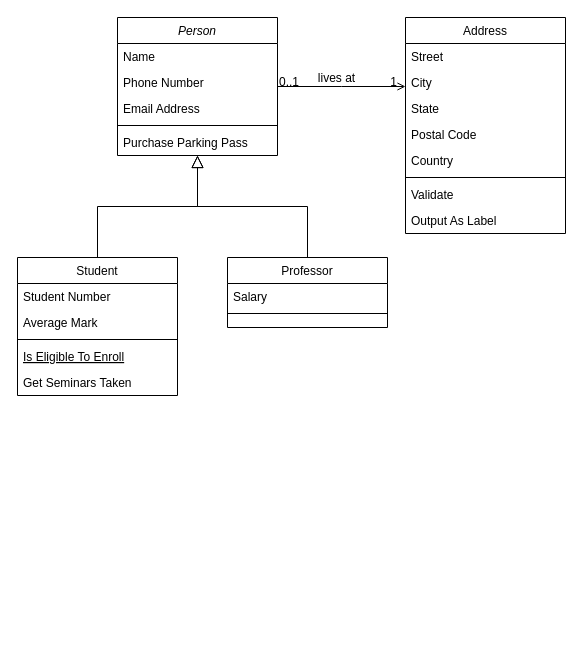
The draw.io diagram Class-diagram-perpus-digital.drawio in NengWapiiiiiiiii/TEFA, before the edit. Source tidied: cells renumbered, new cells numbered last; positions are measured from the earlier drawing's top-left corner, leaving out a move shared by most shapes. Both pictures are drawn from the tidied source at 100%, with x=0, y=0 at pixel (17, 17).
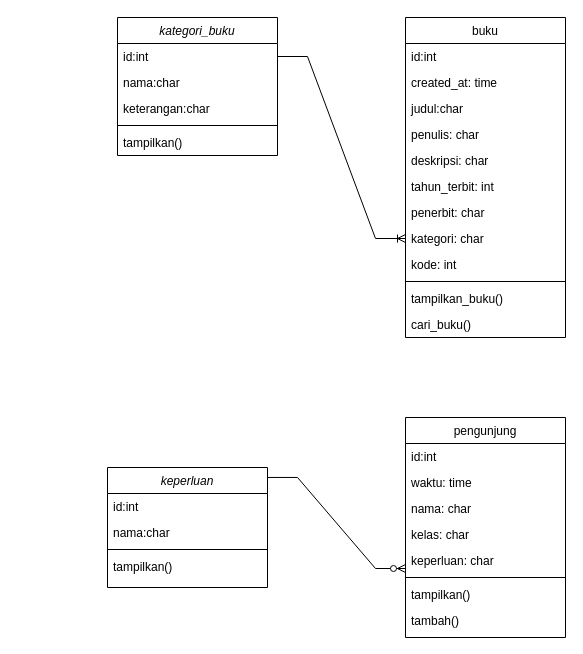
After the change.

The edit, as a diff of the source:
```diff
@@
-    <mxCell id="2" value="Person" style="swimlane;fontStyle=2;align=center;verticalAlign=top;horizontal=1;startSize=26;rounded=0;shadow=0;strokeWidth=1;" parent="1" vertex="1">
+    <mxCell id="2" value="kategori_buku" style="swimlane;fontStyle=2;align=center;verticalAlign=top;horizontal=1;startSize=26;rounded=0;shadow=0;strokeWidth=1;" parent="1" vertex="1">
       <mxGeometry x="100" width="160" height="138" as="geometry" />
     </mxCell>
-    <mxCell id="3" value="Name" style="text;align=left;verticalAlign=top;spacingLeft=4;spacingRight=4;overflow=hidden;points=[[0,0.5],[1,0.5]];portConstraint=eastwest;" parent="2" vertex="1">
+    <mxCell id="3" value="id:int" style="text;align=left;verticalAlign=top;spacingLeft=4;spacingRight=4;overflow=hidden;points=[[0,0.5],[1,0.5]];portConstraint=eastwest;" parent="2" vertex="1">
       <mxGeometry y="26" width="160" height="26" as="geometry" />
     </mxCell>
-    <mxCell id="4" value="Phone Number" style="text;align=left;verticalAlign=top;spacingLeft=4;spacingRight=4;overflow=hidden;rounded=0;shadow=0;html=0;" parent="2" vertex="1">
+    <mxCell id="4" value="nama:char" style="text;align=left;verticalAlign=top;spacingLeft=4;spacingRight=4;overflow=hidden;rounded=0;shadow=0;html=0;" parent="2" vertex="1">
       <mxGeometry y="52" width="160" height="26" as="geometry" />
     </mxCell>
-    <mxCell id="5" value="Email Address" style="text;align=left;verticalAlign=top;spacingLeft=4;spacingRight=4;overflow=hidden;rounded=0;shadow=0;html=0;" parent="2" vertex="1">
+    <mxCell id="5" value="keterangan:char" style="text;align=left;verticalAlign=top;spacingLeft=4;spacingRight=4;overflow=hidden;rounded=0;shadow=0;html=0;" parent="2" vertex="1">
       <mxGeometry y="78" width="160" height="26" as="geometry" />
     </mxCell>
@@
-    <mxCell id="7" value="Purchase Parking Pass" style="text;align=left;verticalAlign=top;spacingLeft=4;spacingRight=4;overflow=hidden;" parent="2" vertex="1">
+    <mxCell id="7" value="tampilkan()" style="text;align=left;verticalAlign=top;spacingLeft=4;spacingRight=4;overflow=hidden;" parent="2" vertex="1">
       <mxGeometry y="112" width="160" height="26" as="geometry" />
     </mxCell>
-    <mxCell id="8" value="Student" style="swimlane;fontStyle=0;align=center;verticalAlign=top;horizontal=1;startSize=26;rounded=0;shadow=0;strokeWidth=1;" parent="1" vertex="1">
-      <mxGeometry y="240" width="160" height="138" as="geometry" />
-    </mxCell>
-    <mxCell id="9" value="Student Number" style="text;align=left;verticalAlign=top;spacingLeft=4;spacingRight=4;overflow=hidden;" parent="8" vertex="1">
-      <mxGeometry y="26" width="160" height="26" as="geometry" />
-    </mxCell>
-    <mxCell id="10" value="Average Mark" style="text;align=left;verticalAlign=top;spacingLeft=4;spacingRight=4;overflow=hidden;rounded=0;shadow=0;html=0;" parent="8" vertex="1">
-      <mxGeometry y="52" width="160" height="26" as="geometry" />
-    </mxCell>
-    <mxCell id="11" style="line;html=1;strokeWidth=1;align=left;verticalAlign=middle;spacingTop=-1;spacingLeft=3;spacingRight=3;labelPosition=right;" parent="8" vertex="1">
-      <mxGeometry y="78" width="160" height="8" as="geometry" />
-    </mxCell>
-    <mxCell id="12" value="Is Eligible To Enroll" style="text;align=left;verticalAlign=top;spacingLeft=4;spacingRight=4;overflow=hidden;fontStyle=4;" parent="8" vertex="1">
-      <mxGeometry y="86" width="160" height="26" as="geometry" />
-    </mxCell>
-    <mxCell id="13" value="Get Seminars Taken" style="text;align=left;verticalAlign=top;spacingLeft=4;spacingRight=4;overflow=hidden;" parent="8" vertex="1">
-      <mxGeometry y="112" width="160" height="26" as="geometry" />
-    </mxCell>
-    <mxCell id="14" style="endArrow=block;endSize=10;endFill=0;shadow=0;strokeWidth=1;rounded=0;edgeStyle=elbowEdgeStyle;elbow=vertical;" parent="1" edge="1" source="8" target="2">
-      <mxGeometry relative="1" as="geometry" />
-    </mxCell>
-    <mxCell id="15" value="Professor" style="swimlane;fontStyle=0;align=center;verticalAlign=top;horizontal=1;startSize=26;rounded=0;shadow=0;strokeWidth=1;" parent="1" vertex="1">
-      <mxGeometry x="210" y="240" width="160" height="70" as="geometry" />
-    </mxCell>
-    <mxCell id="16" value="Salary" style="text;align=left;verticalAlign=top;spacingLeft=4;spacingRight=4;overflow=hidden;" parent="15" vertex="1">
-      <mxGeometry y="26" width="160" height="26" as="geometry" />
-    </mxCell>
-    <mxCell id="17" style="line;html=1;strokeWidth=1;align=left;verticalAlign=middle;spacingTop=-1;spacingLeft=3;spacingRight=3;labelPosition=right;" parent="15" vertex="1">
-      <mxGeometry y="52" width="160" height="8" as="geometry" />
-    </mxCell>
-    <mxCell id="18" style="endArrow=block;endSize=10;endFill=0;shadow=0;strokeWidth=1;rounded=0;edgeStyle=elbowEdgeStyle;elbow=vertical;" parent="1" edge="1" source="15" target="2">
-      <mxGeometry relative="1" as="geometry" />
-    </mxCell>
-    <mxCell id="19" value="Address" style="swimlane;fontStyle=0;align=center;verticalAlign=top;horizontal=1;startSize=26;rounded=0;shadow=0;strokeWidth=1;" parent="1" vertex="1">
-      <mxGeometry x="388" width="160" height="216" as="geometry" />
+    <mxCell id="19" value="buku" style="swimlane;fontStyle=0;align=center;verticalAlign=top;horizontal=1;startSize=26;rounded=0;shadow=0;strokeWidth=1;" parent="1" vertex="1">
+      <mxGeometry x="388" width="160" height="320" as="geometry" />
     </mxCell>
-    <mxCell id="20" value="Street" style="text;align=left;verticalAlign=top;spacingLeft=4;spacingRight=4;overflow=hidden;" parent="19" vertex="1">
+    <mxCell id="20" value="id:int" style="text;align=left;verticalAlign=top;spacingLeft=4;spacingRight=4;overflow=hidden;" parent="19" vertex="1">
       <mxGeometry y="26" width="160" height="26" as="geometry" />
     </mxCell>
-    <mxCell id="21" value="City" style="text;align=left;verticalAlign=top;spacingLeft=4;spacingRight=4;overflow=hidden;rounded=0;shadow=0;html=0;" parent="19" vertex="1">
+    <mxCell id="21" value="created_at: time" style="text;align=left;verticalAlign=top;spacingLeft=4;spacingRight=4;overflow=hidden;rounded=0;shadow=0;html=0;" parent="19" vertex="1">
       <mxGeometry y="52" width="160" height="26" as="geometry" />
     </mxCell>
-    <mxCell id="22" value="State" style="text;align=left;verticalAlign=top;spacingLeft=4;spacingRight=4;overflow=hidden;rounded=0;shadow=0;html=0;" parent="19" vertex="1">
+    <mxCell id="22" value="judul:char" style="text;align=left;verticalAlign=top;spacingLeft=4;spacingRight=4;overflow=hidden;rounded=0;shadow=0;html=0;" parent="19" vertex="1">
       <mxGeometry y="78" width="160" height="26" as="geometry" />
     </mxCell>
-    <mxCell id="23" value="Postal Code" style="text;align=left;verticalAlign=top;spacingLeft=4;spacingRight=4;overflow=hidden;rounded=0;shadow=0;html=0;" parent="19" vertex="1">
+    <mxCell id="23" value="penulis: char" style="text;align=left;verticalAlign=top;spacingLeft=4;spacingRight=4;overflow=hidden;rounded=0;shadow=0;html=0;" parent="19" vertex="1">
       <mxGeometry y="104" width="160" height="26" as="geometry" />
     </mxCell>
-    <mxCell id="24" value="Country" style="text;align=left;verticalAlign=top;spacingLeft=4;spacingRight=4;overflow=hidden;rounded=0;shadow=0;html=0;" parent="19" vertex="1">
+    <mxCell id="24" value="deskripsi: char" style="text;align=left;verticalAlign=top;spacingLeft=4;spacingRight=4;overflow=hidden;rounded=0;shadow=0;html=0;" parent="19" vertex="1">
       <mxGeometry y="130" width="160" height="26" as="geometry" />
     </mxCell>
+    <mxCell id="32" value="tahun_terbit: int" style="text;align=left;verticalAlign=top;spacingLeft=4;spacingRight=4;overflow=hidden;rounded=0;shadow=0;html=0;" parent="19" vertex="1">
+      <mxGeometry y="156" width="160" height="26" as="geometry" />
+    </mxCell>
+    <mxCell id="33" value="penerbit: char" style="text;align=left;verticalAlign=top;spacingLeft=4;spacingRight=4;overflow=hidden;rounded=0;shadow=0;html=0;" parent="19" vertex="1">
+      <mxGeometry y="182" width="160" height="26" as="geometry" />
+    </mxCell>
+    <mxCell id="34" value="kategori: char" style="text;align=left;verticalAlign=top;spacingLeft=4;spacingRight=4;overflow=hidden;points=[[0,0.5],[1,0.5]];portConstraint=eastwest;rounded=0;shadow=0;html=0;" parent="19" vertex="1">
+      <mxGeometry y="208" width="160" height="26" as="geometry" />
+    </mxCell>
+    <mxCell id="35" value="kode: int" style="text;align=left;verticalAlign=top;spacingLeft=4;spacingRight=4;overflow=hidden;rounded=0;shadow=0;html=0;" parent="19" vertex="1">
+      <mxGeometry y="234" width="160" height="26" as="geometry" />
+    </mxCell>
     <mxCell id="25" style="line;html=1;strokeWidth=1;align=left;verticalAlign=middle;spacingTop=-1;spacingLeft=3;spacingRight=3;labelPosition=right;" parent="19" vertex="1">
-      <mxGeometry y="156" width="160" height="8" as="geometry" />
+      <mxGeometry y="260" width="160" height="8" as="geometry" />
     </mxCell>
-    <mxCell id="26" value="Validate" style="text;align=left;verticalAlign=top;spacingLeft=4;spacingRight=4;overflow=hidden;" parent="19" vertex="1">
-      <mxGeometry y="164" width="160" height="26" as="geometry" />
+    <mxCell id="26" value="tampilkan_buku()" style="text;align=left;verticalAlign=top;spacingLeft=4;spacingRight=4;overflow=hidden;" parent="19" vertex="1">
+      <mxGeometry y="268" width="160" height="26" as="geometry" />
     </mxCell>
-    <mxCell id="27" value="Output As Label" style="text;align=left;verticalAlign=top;spacingLeft=4;spacingRight=4;overflow=hidden;" parent="19" vertex="1">
-      <mxGeometry y="190" width="160" height="26" as="geometry" />
+    <mxCell id="27" value="cari_buku()" style="text;align=left;verticalAlign=top;spacingLeft=4;spacingRight=4;overflow=hidden;" parent="19" vertex="1">
+      <mxGeometry y="294" width="160" height="26" as="geometry" />
     </mxCell>
-    <mxCell id="28" style="endArrow=open;shadow=0;strokeWidth=1;rounded=0;endFill=1;edgeStyle=elbowEdgeStyle;elbow=vertical;" parent="1" edge="1" source="2" target="19">
-      <mxGeometry x="0.5" y="41" relative="1" as="geometry">
-        <mxPoint x="-40" y="32" as="offset" />
-      </mxGeometry>
-    </mxCell>
-    <mxCell id="29" value="0..1" style="align=left;verticalAlign=bottom;labelBackgroundColor=none;fontSize=12;" parent="28" vertex="1">
-      <mxGeometry x="-1" relative="1" as="geometry">
-        <mxPoint y="4" as="offset" />
-      </mxGeometry>
-    </mxCell>
-    <mxCell id="30" value="1" style="align=right;verticalAlign=bottom;labelBackgroundColor=none;fontSize=12;" parent="28" vertex="1">
-      <mxGeometry x="1" relative="1" as="geometry">
-        <mxPoint x="-7" y="4" as="offset" />
-      </mxGeometry>
-    </mxCell>
-    <mxCell id="31" value="lives at" style="text;html=1;align=center;verticalAlign=middle;labelBackgroundColor=none;rounded=0;shadow=0;strokeWidth=1;fontSize=12;" parent="28" vertex="1">
-      <mxGeometry x="0.5" y="49" relative="1" as="geometry">
-        <mxPoint x="-38" y="40" as="offset" />
-      </mxGeometry>
-    </mxCell>
+    <mxCell id="36" style="edgeStyle=entityRelationEdgeStyle;fontSize=12;html=1;endArrow=ERoneToMany;rounded=0;entryX=0;entryY=0.5;entryDx=0;entryDy=0;exitX=1;exitY=0.5;exitDx=0;exitDy=0;" parent="1" edge="1" source="3" target="34">
+      <mxGeometry relative="1" as="geometry" />
+    </mxCell>
+    <mxCell id="37" value="pengunjung" style="swimlane;fontStyle=0;align=center;verticalAlign=top;horizontal=1;startSize=26;rounded=0;shadow=0;strokeWidth=1;" parent="1" vertex="1">
+      <mxGeometry x="388" y="400" width="160" height="220" as="geometry" />
+    </mxCell>
+    <mxCell id="38" value="id:int" style="text;align=left;verticalAlign=top;spacingLeft=4;spacingRight=4;overflow=hidden;" parent="37" vertex="1">
+      <mxGeometry y="26" width="160" height="26" as="geometry" />
+    </mxCell>
+    <mxCell id="39" value="waktu: time" style="text;align=left;verticalAlign=top;spacingLeft=4;spacingRight=4;overflow=hidden;rounded=0;shadow=0;html=0;" parent="37" vertex="1">
+      <mxGeometry y="52" width="160" height="26" as="geometry" />
+    </mxCell>
+    <mxCell id="40" value="nama: char" style="text;align=left;verticalAlign=top;spacingLeft=4;spacingRight=4;overflow=hidden;rounded=0;shadow=0;html=0;" parent="37" vertex="1">
+      <mxGeometry y="78" width="160" height="26" as="geometry" />
+    </mxCell>
+    <mxCell id="41" value="kelas: char" style="text;align=left;verticalAlign=top;spacingLeft=4;spacingRight=4;overflow=hidden;rounded=0;shadow=0;html=0;" parent="37" vertex="1">
+      <mxGeometry y="104" width="160" height="26" as="geometry" />
+    </mxCell>
+    <mxCell id="42" value="keperluan: char" style="text;align=left;verticalAlign=top;spacingLeft=4;spacingRight=4;overflow=hidden;rounded=0;shadow=0;html=0;" parent="37" vertex="1">
+      <mxGeometry y="130" width="160" height="26" as="geometry" />
+    </mxCell>
+    <mxCell id="43" style="line;html=1;strokeWidth=1;align=left;verticalAlign=middle;spacingTop=-1;spacingLeft=3;spacingRight=3;labelPosition=right;" parent="37" vertex="1">
+      <mxGeometry y="156" width="160" height="8" as="geometry" />
+    </mxCell>
+    <mxCell id="44" value="tampilkan()" style="text;align=left;verticalAlign=top;spacingLeft=4;spacingRight=4;overflow=hidden;" parent="37" vertex="1">
+      <mxGeometry y="164" width="160" height="26" as="geometry" />
+    </mxCell>
+    <mxCell id="45" value="tambah()" style="text;align=left;verticalAlign=top;spacingLeft=4;spacingRight=4;overflow=hidden;" parent="37" vertex="1">
+      <mxGeometry y="190" width="160" height="26" as="geometry" />
+    </mxCell>
+    <mxCell id="46" value="keperluan" style="swimlane;fontStyle=2;align=center;verticalAlign=top;horizontal=1;startSize=26;rounded=0;shadow=0;strokeWidth=1;" parent="1" vertex="1">
+      <mxGeometry x="90" y="450" width="160" height="120" as="geometry" />
+    </mxCell>
+    <mxCell id="47" value="id:int" style="text;align=left;verticalAlign=top;spacingLeft=4;spacingRight=4;overflow=hidden;" parent="46" vertex="1">
+      <mxGeometry y="26" width="160" height="26" as="geometry" />
+    </mxCell>
+    <mxCell id="48" value="nama:char" style="text;align=left;verticalAlign=top;spacingLeft=4;spacingRight=4;overflow=hidden;rounded=0;shadow=0;html=0;" parent="46" vertex="1">
+      <mxGeometry y="52" width="160" height="26" as="geometry" />
+    </mxCell>
+    <mxCell id="11" style="line;html=1;strokeWidth=1;align=left;verticalAlign=middle;spacingTop=-1;spacingLeft=3;spacingRight=3;labelPosition=right;" parent="46" vertex="1">
+      <mxGeometry y="78" width="160" height="8" as="geometry" />
+    </mxCell>
+    <mxCell id="49" value="tampilkan()" style="text;align=left;verticalAlign=top;spacingLeft=4;spacingRight=4;overflow=hidden;" parent="46" vertex="1">
+      <mxGeometry y="86" width="160" height="26" as="geometry" />
+    </mxCell>
+    <mxCell id="50" style="edgeStyle=entityRelationEdgeStyle;fontSize=12;html=1;endArrow=ERzeroToMany;endFill=1;rounded=0;exitX=1;exitY=0.083;exitDx=0;exitDy=0;exitPerimeter=0;" parent="1" edge="1" source="46">
+      <mxGeometry relative="1" as="geometry">
+        <mxPoint x="388" y="551" as="targetPoint" />
+        <Array as="points">
+          <mxPoint x="318" y="651" />
+          <mxPoint x="348" y="421" />
+        </Array>
+      </mxGeometry>
+    </mxCell>
```
